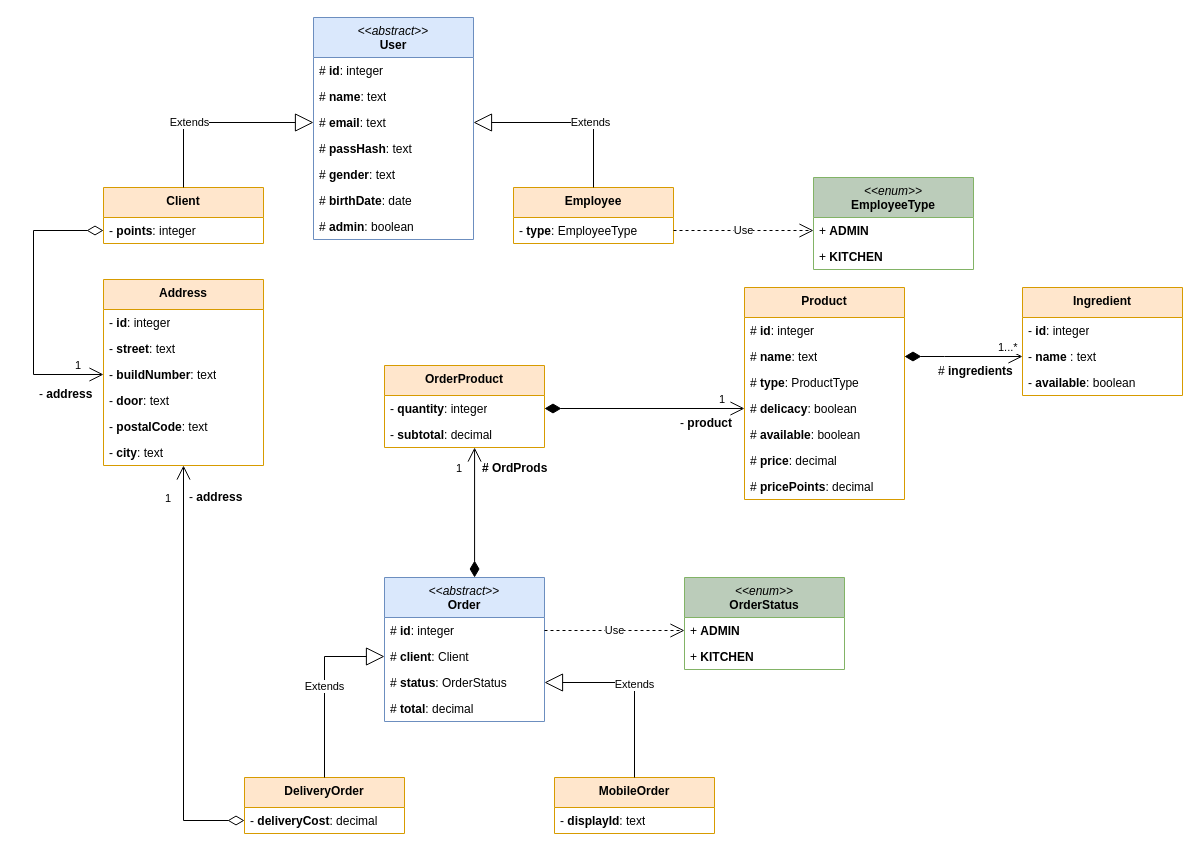
Above: editables/data-models-mypastry-P.D.W.drawio in Joaquim-Claudio/MyPastry_PROJETO-WEB-2023-2024 (draw.io), before the change. Source tidied: cells renumbered, new cells numbered last; positions are measured from the earlier drawing's top-left corner, leaving out a move shared by most shapes. Both pictures are drawn from the tidied source at 100%, with x=0, y=0 at pixel (33, 17).
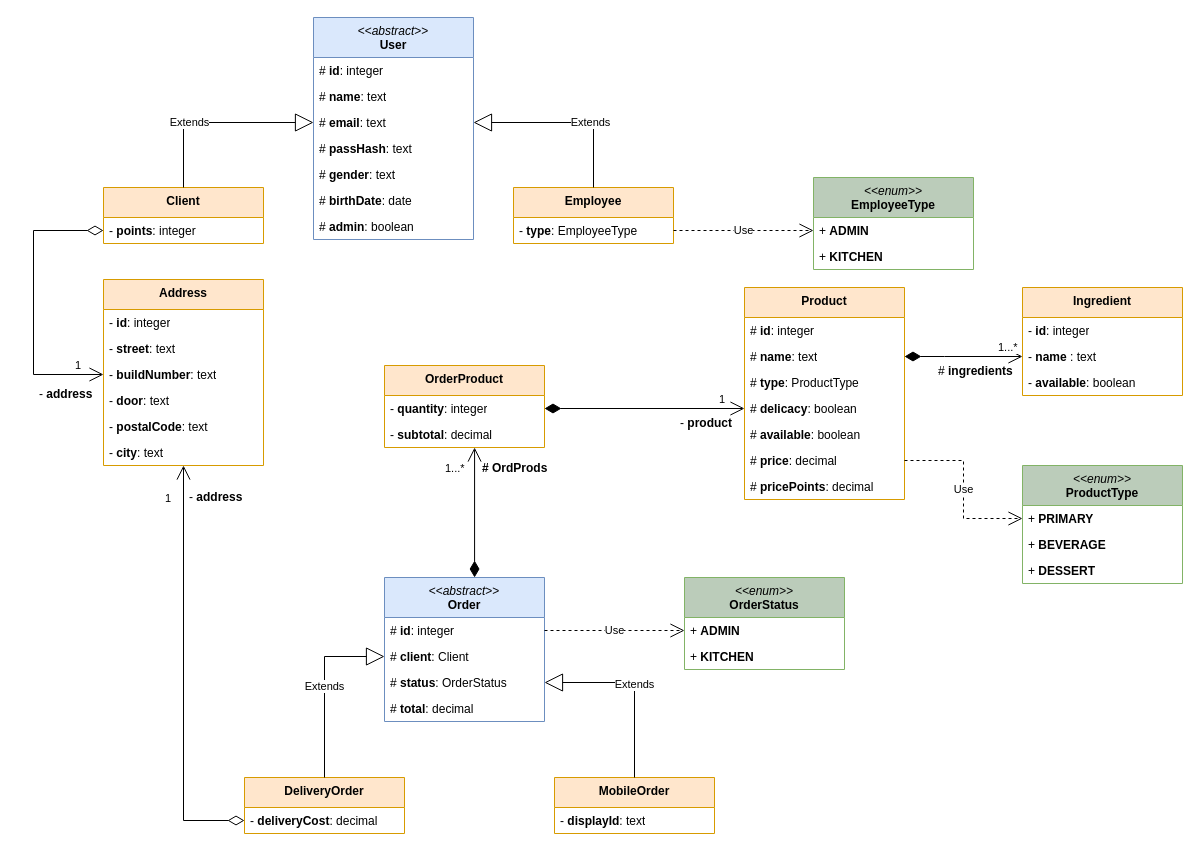
The same diagram, later.

The change refers to these unchanged cells:
```xml
<mxCell id="19" value="&lt;div&gt;&lt;span style=&quot;font-weight: normal;&quot;&gt;&amp;lt;&amp;lt;&lt;i&gt;abstract&lt;/i&gt;&amp;gt;&amp;gt;&lt;/span&gt;&lt;/div&gt;Order" style="swimlane;fontStyle=1;align=center;verticalAlign=top;horizontal=1;startSize=40;whiteSpace=wrap;html=1;fillColor=#dae8fc;strokeColor=#6c8ebf;" parent="1" vertex="1">
  <mxGeometry x="351" y="560" width="160" height="144" as="geometry" />
</mxCell>
<mxCell id="48" value="# &lt;b&gt;price&lt;/b&gt;: decimal" style="text;strokeColor=none;fillColor=none;align=left;verticalAlign=top;spacingLeft=4;spacingRight=4;overflow=hidden;points=[[0,0.5],[1,0.5]];portConstraint=eastwest;whiteSpace=wrap;html=1;" parent="42" vertex="1">
  <mxGeometry y="160" width="160" height="26" as="geometry" />
</mxCell>
<mxCell id="52" value="- &lt;b&gt;subtotal&lt;/b&gt;: decimal" style="text;strokeColor=none;fillColor=none;align=left;verticalAlign=top;spacingLeft=4;spacingRight=4;overflow=hidden;points=[[0,0.5],[1,0.5]];portConstraint=eastwest;whiteSpace=wrap;html=1;" parent="50" vertex="1">
  <mxGeometry y="56" width="160" height="26" as="geometry" />
</mxCell>
```

The edit, as a diff of the source:
```diff
@@
-    <mxCell id="58" value="1" style="endArrow=open;html=1;endSize=12;startArrow=diamondThin;startSize=14;startFill=1;edgeStyle=orthogonalEdgeStyle;align=left;verticalAlign=bottom;rounded=0;entryX=0.563;entryY=1;entryDx=0;entryDy=0;entryPerimeter=0;exitX=0.563;exitY=0;exitDx=0;exitDy=0;exitPerimeter=0;" parent="1" edge="1" source="19" target="52">
-      <mxGeometry x="0.54" y="20" relative="1" as="geometry" />
+    <mxCell id="58" value="1...*" style="endArrow=open;html=1;endSize=12;startArrow=diamondThin;startSize=14;startFill=1;edgeStyle=orthogonalEdgeStyle;align=left;verticalAlign=bottom;rounded=0;entryX=0.563;entryY=1;entryDx=0;entryDy=0;entryPerimeter=0;exitX=0.563;exitY=0;exitDx=0;exitDy=0;exitPerimeter=0;" parent="1" edge="1" source="19" target="52">
+      <mxGeometry x="0.54" y="31" relative="1" as="geometry" />
     </mxCell>
@@
+    <mxCell id="67" value="&lt;div&gt;&lt;i style=&quot;font-weight: normal;&quot;&gt;&amp;lt;&amp;lt;enum&amp;gt;&amp;gt;&lt;/i&gt;&lt;/div&gt;&lt;div&gt;ProductType&lt;/div&gt;" style="swimlane;fontStyle=1;align=center;verticalAlign=top;horizontal=1;startSize=40;whiteSpace=wrap;html=1;fillColor=#BBCCBA;strokeColor=#82b366;" parent="1" vertex="1">
+      <mxGeometry x="989" y="448" width="160" height="118" as="geometry" />
+    </mxCell>
+    <mxCell id="68" value="+ &lt;b&gt;PRIMARY&lt;/b&gt;" style="text;strokeColor=none;fillColor=none;align=left;verticalAlign=top;spacingLeft=4;spacingRight=4;overflow=hidden;points=[[0,0.5],[1,0.5]];portConstraint=eastwest;whiteSpace=wrap;html=1;" parent="67" vertex="1">
+      <mxGeometry y="40" width="160" height="26" as="geometry" />
+    </mxCell>
+    <mxCell id="69" value="+ &lt;b&gt;BEVERAGE&lt;/b&gt;" style="text;strokeColor=none;fillColor=none;align=left;verticalAlign=top;spacingLeft=4;spacingRight=4;overflow=hidden;whiteSpace=wrap;html=1;" parent="67" vertex="1">
+      <mxGeometry y="66" width="160" height="26" as="geometry" />
+    </mxCell>
+    <mxCell id="70" value="+ &lt;b&gt;DESSERT&lt;/b&gt;" style="text;strokeColor=none;fillColor=none;align=left;verticalAlign=top;spacingLeft=4;spacingRight=4;overflow=hidden;whiteSpace=wrap;html=1;" parent="67" vertex="1">
+      <mxGeometry y="92" width="160" height="26" as="geometry" />
+    </mxCell>
+    <mxCell id="71" value="Use" style="endArrow=open;endSize=12;dashed=1;html=1;rounded=0;exitX=1;exitY=0.5;exitDx=0;exitDy=0;entryX=0;entryY=0.5;entryDx=0;entryDy=0;" parent="1" edge="1" source="48" target="68">
+      <mxGeometry relative="1" as="geometry">
+        <Array as="points">
+          <mxPoint x="930" y="443" />
+          <mxPoint x="930" y="501" />
+        </Array>
+      </mxGeometry>
+    </mxCell>
```
